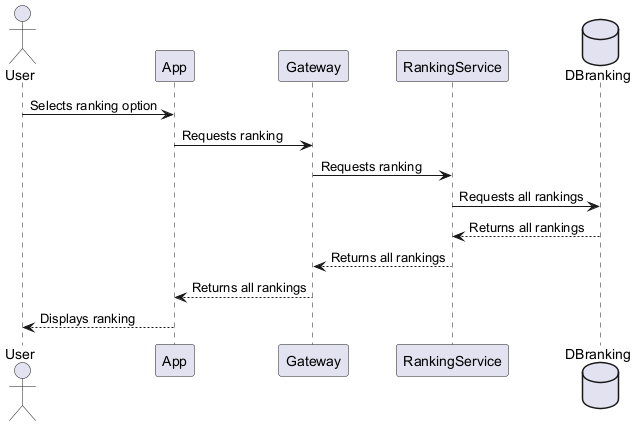
The PlantUML diagram images/ranking.png in Arquisoft/wichat_es6b, before a commit. Its diagram source:
```plantuml
@startuml
actor User
participant App
participant Gateway
participant RankingService
database DBranking

User -> App: Selects ranking option
App -> Gateway: Requests ranking
Gateway -> RankingService: Requests ranking
RankingService -> DBranking: Requests all rankings
RankingService <-- DBranking: Returns all rankings
Gateway <-- RankingService: Returns all rankings
App <-- Gateway: Returns all rankings
User <-- App: Displays ranking
@enduml
```
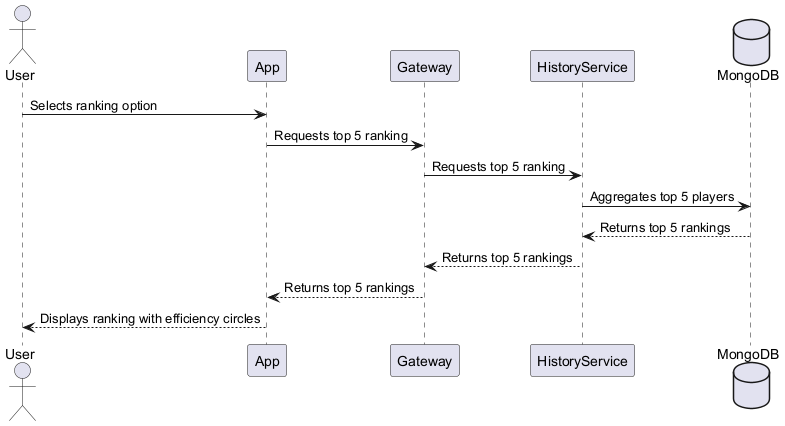
The same file after the commit.

Change to the diagram source:
```diff
@@ -2,15 +2,15 @@
 actor User
 participant App
 participant Gateway
-participant RankingService
-database DBranking
+participant HistoryService
+database MongoDB
 
 User -> App: Selects ranking option
-App -> Gateway: Requests ranking
-Gateway -> RankingService: Requests ranking
-RankingService -> DBranking: Requests all rankings
-RankingService <-- DBranking: Returns all rankings
-Gateway <-- RankingService: Returns all rankings
-App <-- Gateway: Returns all rankings
-User <-- App: Displays ranking
+App -> Gateway: Requests top 5 ranking
+Gateway -> HistoryService: Requests top 5 ranking
+HistoryService -> MongoDB: Aggregates top 5 players
+HistoryService <-- MongoDB: Returns top 5 rankings
+Gateway <-- HistoryService: Returns top 5 rankings
+App <-- Gateway: Returns top 5 rankings
+User <-- App: Displays ranking with efficiency circles
 @enduml
```
